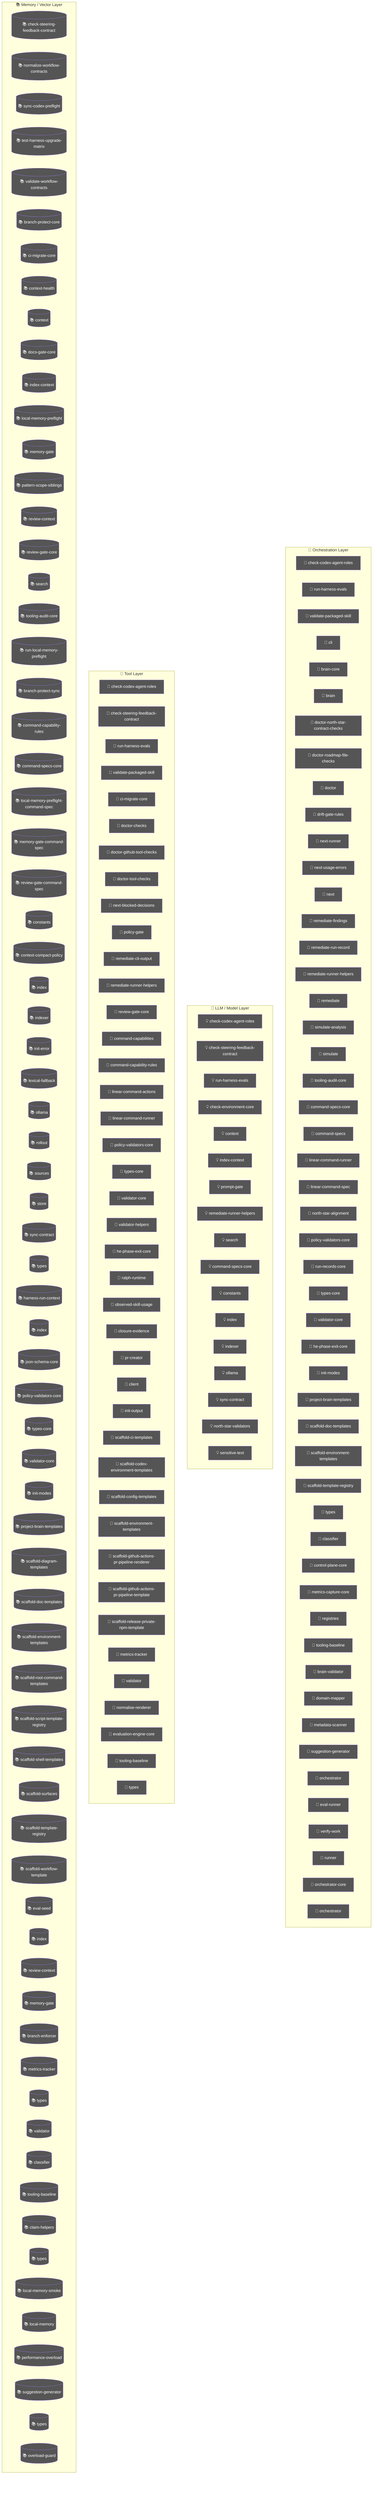
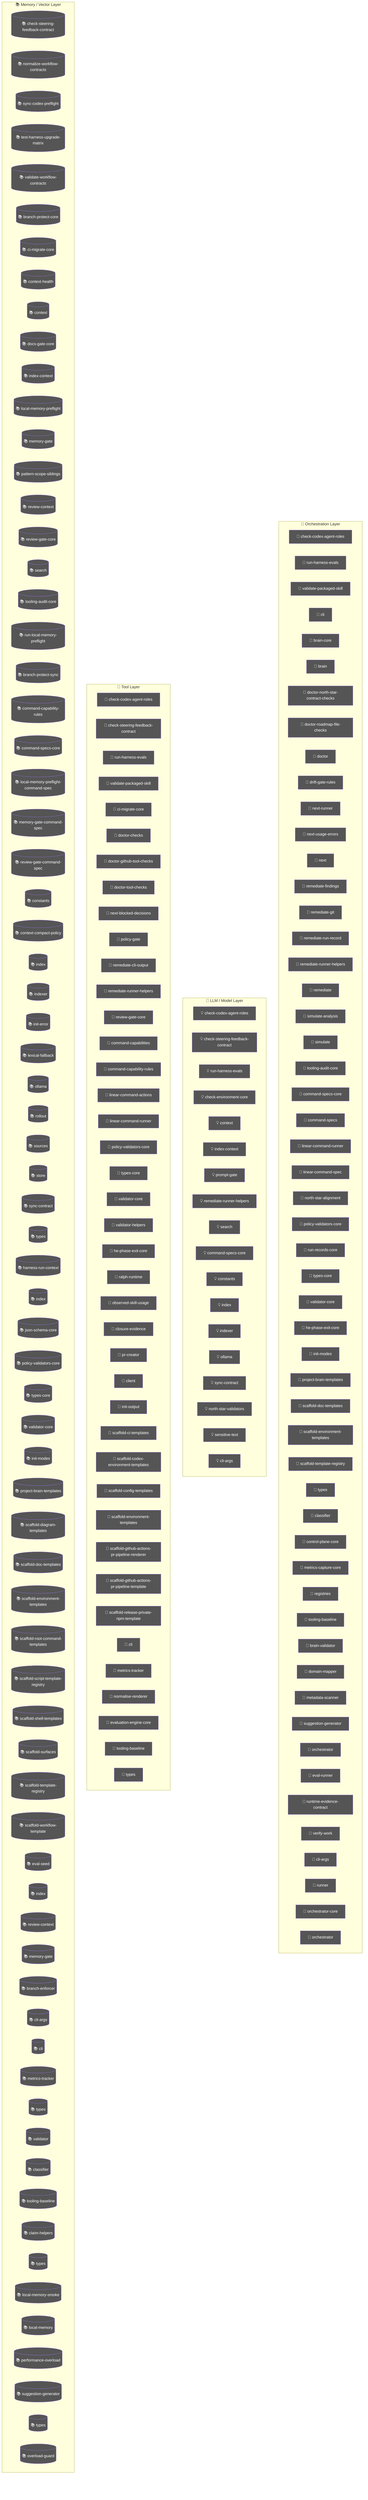
flowchart TD
  subgraph Orchestration["🎯 Orchestration Layer"]
    node_agent_mmd_orchestration_layer_orchestration_chec_7a9f0b64["🤖 check-codex-agent-roles"]
    node_agent_mmd_orchestration_layer_orchestration_run__18817957["🤖 run-harness-evals"]
    node_agent_mmd_orchestration_layer_orchestration_vali_c01b04be["🤖 validate-packaged-skill"]
    cli_99bb8840["🤖 cli"]
    brain_core_aa07c380["🤖 brain-core"]
    brain_bbbf7a64["🤖 brain"]
    doctor_north_star_contract_checks_0048124c["🤖 doctor-north-star-contract-checks"]
    doctor_roadmap_file_checks_14447b8e["🤖 doctor-roadmap-file-checks"]
    doctor_72f4be89["🤖 doctor"]
    drift_gate_rules_9685e72d["🤖 drift-gate-rules"]
    next_runner_41643472["🤖 next-runner"]
    next_usage_errors_837a345a["🤖 next-usage-errors"]
    next_c6c1c9a9["🤖 next"]
    remediate_findings_8b09c8c6["🤖 remediate-findings"]
+     remediate_git_58c6f6f4["🤖 remediate-git"]
    remediate_run_record_9dfe5dc1["🤖 remediate-run-record"]
    node_agent_mmd_orchestration_layer_orchestration_reme_359fe98f["🤖 remediate-runner-helpers"]
    remediate_06b9c7fc["🤖 remediate"]
    simulate_analysis_164a460c["🤖 simulate-analysis"]
    simulate_b9efe395["🤖 simulate"]
    node_agent_mmd_orchestration_layer_orchestration_tool_acfe0c01["🤖 tooling-audit-core"]
    node_agent_mmd_orchestration_layer_orchestration_comm_1f8cc24c["🤖 command-specs-core"]
    command_specs_69167c63["🤖 command-specs"]
    node_agent_mmd_orchestration_layer_orchestration_line_b67affd5["🤖 linear-command-runner"]
    linear_command_spec_1e12dd44["🤖 linear-command-spec"]
    north_star_alignment_00440188["🤖 north-star-alignment"]
    node_agent_mmd_orchestration_layer_orchestration_poli_3270b55d["🤖 policy-validators-core"]
    run_records_core_89286dfa["🤖 run-records-core"]
    node_agent_mmd_orchestration_layer_orchestration_type_7cf81261["🤖 types-core"]
    node_agent_mmd_orchestration_layer_orchestration_vali_d9fe99e6["🤖 validator-core"]
    node_agent_mmd_orchestration_layer_orchestration_he_p_fc778c24["🤖 he-phase-exit-core"]
    node_agent_mmd_orchestration_layer_orchestration_init_2a9c3ecb["🤖 init-modes"]
    node_agent_mmd_orchestration_layer_orchestration_proj_6ab6f60f["🤖 project-brain-templates"]
    node_agent_mmd_orchestration_layer_orchestration_scaf_12cc07db["🤖 scaffold-doc-templates"]
    node_agent_mmd_orchestration_layer_orchestration_scaf_c9a90c2f["🤖 scaffold-environment-templates"]
    node_agent_mmd_orchestration_layer_orchestration_scaf_ff8f92f6["🤖 scaffold-template-registry"]
-     types_8_f6283648["🤖 types"]
+     types_9_1db4641f["🤖 types"]
    node_agent_mmd_orchestration_layer_orchestration_clas_899b821a["🤖 classifier"]
    control_plane_core_db3b4cb2["🤖 control-plane-core"]
    metrics_capture_core_db4bf7cf["🤖 metrics-capture-core"]
    registries_06402afa["🤖 registries"]
    node_agent_mmd_orchestration_layer_orchestration_tool_cc43149f["🤖 tooling-baseline"]
    brain_validator_be251832["🤖 brain-validator"]
    domain_mapper_cd9333d2["🤖 domain-mapper"]
    metadata_scanner_6a101b66["🤖 metadata-scanner"]
    node_agent_mmd_orchestration_layer_orchestration_sugg_85c5ebe3["🤖 suggestion-generator"]
    orchestrator_11376b7e["🤖 orchestrator"]
    eval_runner_0966a6b3["🤖 eval-runner"]
+     runtime_evidence_contract_0f7b15b2["🤖 runtime-evidence-contract"]
    verify_work_1_cd8e7ec3["🤖 verify-work"]
+     cli_args_7_16dab031["🤖 cli-args"]
    runner_527aa9f4["🤖 runner"]
    orchestrator_core_d0678b53["🤖 orchestrator-core"]
    orchestrator_1_6b7137c5["🤖 orchestrator"]
  end
  subgraph LLMLayer["🧠 LLM / Model Layer"]
    node_agent_mmd_llm_model_layer_llmlayer_check_codex_a_29e7b7fa["💡 check-codex-agent-roles"]
    node_agent_mmd_llm_model_layer_llmlayer_check_steerin_a7dbbd2f["💡 check-steering-feedback-contract"]
    node_agent_mmd_llm_model_layer_llmlayer_run_harness_e_603fcfdc["💡 run-harness-evals"]
    check_environment_core_2c16213f["💡 check-environment-core"]
    node_agent_mmd_llm_model_layer_llmlayer_context_conte_ad2dfbd9["💡 context"]
    node_agent_mmd_llm_model_layer_llmlayer_index_context_1041bd11["💡 index-context"]
    prompt_gate_c5e9d207["💡 prompt-gate"]
    node_agent_mmd_llm_model_layer_llmlayer_remediate_run_9e3d4585["💡 remediate-runner-helpers"]
    node_agent_mmd_llm_model_layer_llmlayer_search_search_66b9a911["💡 search"]
    node_agent_mmd_llm_model_layer_llmlayer_command_specs_782af9fa["💡 command-specs-core"]
    node_agent_mmd_llm_model_layer_llmlayer_constants_con_c9bd3f6c["💡 constants"]
    node_agent_mmd_llm_model_layer_llmlayer_index_index_1_02e160ff["💡 index"]
    node_agent_mmd_llm_model_layer_llmlayer_indexer_index_4f4deef5["💡 indexer"]
    node_agent_mmd_llm_model_layer_llmlayer_ollama_ollama_968b23fa["💡 ollama"]
    node_agent_mmd_llm_model_layer_llmlayer_sync_contract_9f3cc8c1["💡 sync-contract"]
    north_star_validators_cfc926ce["💡 north-star-validators"]
    sensitive_text_7c11f760["💡 sensitive-text"]
+     cli_args_5_09ea29f0["💡 cli-args"]
  end
  subgraph ToolLayer["🔧 Tool Layer"]
    node_agent_mmd_tool_layer_toollayer_check_codex_agent_4b361d5a["🔧 check-codex-agent-roles"]
    node_agent_mmd_tool_layer_toollayer_check_steering_fe_84ed22c2["🔧 check-steering-feedback-contract"]
    node_agent_mmd_tool_layer_toollayer_run_harness_evals_e2ee24f1["🔧 run-harness-evals"]
    node_agent_mmd_tool_layer_toollayer_validate_packaged_f6ed6f12["🔧 validate-packaged-skill"]
    node_agent_mmd_tool_layer_toollayer_ci_migrate_core_c_049f8460["🔧 ci-migrate-core"]
    doctor_checks_5a2eb2b9["🔧 doctor-checks"]
    doctor_github_tool_checks_a53b0382["🔧 doctor-github-tool-checks"]
    doctor_tool_checks_4acac51a["🔧 doctor-tool-checks"]
    next_blocked_decisions_4140ad2b["🔧 next-blocked-decisions"]
    policy_gate_213f7313["🔧 policy-gate"]
    remediate_cli_output_cc165396["🔧 remediate-cli-output"]
    node_agent_mmd_tool_layer_toollayer_remediate_runner__c003b871["🔧 remediate-runner-helpers"]
    node_agent_mmd_tool_layer_toollayer_review_gate_core__7704598b["🔧 review-gate-core"]
    command_capabilities_a4d5c71e["🔧 command-capabilities"]
    node_agent_mmd_tool_layer_toollayer_command_capabilit_e97a4615["🔧 command-capability-rules"]
    linear_command_actions_e430f4f4["🔧 linear-command-actions"]
    node_agent_mmd_tool_layer_toollayer_linear_command_ru_d6763748["🔧 linear-command-runner"]
    node_agent_mmd_tool_layer_toollayer_policy_validators_af136abf["🔧 policy-validators-core"]
    node_agent_mmd_tool_layer_toollayer_types_core_types__6c8319b6["🔧 types-core"]
    node_agent_mmd_tool_layer_toollayer_validator_core_va_6ef6131f["🔧 validator-core"]
    validator_helpers_7b927667["🔧 validator-helpers"]
    node_agent_mmd_tool_layer_toollayer_he_phase_exit_cor_af016160["🔧 he-phase-exit-core"]
    ralph_runtime_73d63c0e["🔧 ralph-runtime"]
    observed_skill_usage_ed7d5930["🔧 observed-skill-usage"]
    closure_evidence_aaa31467["🔧 closure-evidence"]
    pr_creator_dc6b1ea4["🔧 pr-creator"]
    client_948fe603["🔧 client"]
    init_output_360dce91["🔧 init-output"]
    scaffold_ci_templates_2afd6392["🔧 scaffold-ci-templates"]
    scaffold_codex_environment_templates_334fbbed["🔧 scaffold-codex-environment-templates"]
    scaffold_config_templates_4b80ce53["🔧 scaffold-config-templates"]
    node_agent_mmd_tool_layer_toollayer_scaffold_environm_c1afc013["🔧 scaffold-environment-templates"]
    scaffold_github_actions_pr_pipeline_renderer_1ee18de5["🔧 scaffold-github-actions-pr-pipeline-renderer"]
    scaffold_github_actions_pr_pipeline_template_e2b85f62["🔧 scaffold-github-actions-pr-pipeline-template"]
    scaffold_release_private_npm_template_075499f8["🔧 scaffold-release-private-npm-template"]
+     node_agent_mmd_tool_layer_toollayer_cli_cli_2_1_32d9eeaf["🔧 cli"]
    node_agent_mmd_tool_layer_toollayer_metrics_tracker_m_4c9237d8["🔧 metrics-tracker"]
-     node_agent_mmd_tool_layer_toollayer_validator_validat_96a84a52["🔧 validator"]
    normalise_renderer_85f2e563["🔧 normalise-renderer"]
    evaluation_engine_core_e054fe49["🔧 evaluation-engine-core"]
    node_agent_mmd_tool_layer_toollayer_tooling_baseline__61e66e9f["🔧 tooling-baseline"]
-     types_21_5756f9dc["🔧 types"]
+     types_24_c63dc1a7["🔧 types"]
  end
  subgraph MemoryLayer["📚 Memory / Vector Layer"]
    node_agent_mmd_memory_vector_layer_memorylayer_check__d71f8993[("📚 check-steering-feedback-contract")]
    normalize_workflow_contracts_8701f1c8[("📚 normalize-workflow-contracts")]
    sync_codex_preflight_7e7a8dc2[("📚 sync-codex-preflight")]
    test_harness_upgrade_matrix_84113c4e[("📚 test-harness-upgrade-matrix")]
    validate_workflow_contracts_33dc063c[("📚 validate-workflow-contracts")]
    branch_protect_core_a8feb0fd[("📚 branch-protect-core")]
    node_agent_mmd_memory_vector_layer_memorylayer_ci_mig_0cd5b1a4[("📚 ci-migrate-core")]
    context_health_80bb7da9[("📚 context-health")]
    node_agent_mmd_memory_vector_layer_memorylayer_contex_78ceaaa9[("📚 context")]
    docs_gate_core_eb9b6c18[("📚 docs-gate-core")]
    node_agent_mmd_memory_vector_layer_memorylayer_index__6f3402d0[("📚 index-context")]
    local_memory_preflight_dcc36c42[("📚 local-memory-preflight")]
    memory_gate_a577a506[("📚 memory-gate")]
    pattern_scope_siblings_43abe000[("📚 pattern-scope-siblings")]
    review_context_ca6cf81d[("📚 review-context")]
    node_agent_mmd_memory_vector_layer_memorylayer_review_5bee9816[("📚 review-gate-core")]
    node_agent_mmd_memory_vector_layer_memorylayer_search_ac35cb7e[("📚 search")]
    node_agent_mmd_memory_vector_layer_memorylayer_toolin_a1185b8f[("📚 tooling-audit-core")]
    run_local_memory_preflight_36e92808[("📚 run-local-memory-preflight")]
    branch_protect_sync_570adb18[("📚 branch-protect-sync")]
    node_agent_mmd_memory_vector_layer_memorylayer_comman_c72a5d05[("📚 command-capability-rules")]
    node_agent_mmd_memory_vector_layer_memorylayer_comman_111eb454[("📚 command-specs-core")]
    local_memory_preflight_command_spec_9e23f3ce[("📚 local-memory-preflight-command-spec")]
    memory_gate_command_spec_dc9001a9[("📚 memory-gate-command-spec")]
    review_gate_command_spec_3187376a[("📚 review-gate-command-spec")]
    node_agent_mmd_memory_vector_layer_memorylayer_consta_702d3f46[("📚 constants")]
    context_compact_policy_3dcaf95d[("📚 context-compact-policy")]
    node_agent_mmd_memory_vector_layer_memorylayer_index__752bc61e[("📚 index")]
    node_agent_mmd_memory_vector_layer_memorylayer_indexe_93e6d86f[("📚 indexer")]
    init_error_5c7dd49f[("📚 init-error")]
    lexical_fallback_723e2b3e[("📚 lexical-fallback")]
    node_agent_mmd_memory_vector_layer_memorylayer_ollama_6d51be16[("📚 ollama")]
    rollout_a4fa034c[("📚 rollout")]
    sources_878a52fc[("📚 sources")]
    store_824d80d7[("📚 store")]
    node_agent_mmd_memory_vector_layer_memorylayer_sync_c_e43418bc[("📚 sync-contract")]
-     types_3_9675d69b[("📚 types")]
+     types_4_822d0f88[("📚 types")]
    harness_run_context_ac7c77a9[("📚 harness-run-context")]
    index_1_faebc14e[("📚 index")]
    json_schema_core_96d7e328[("📚 json-schema-core")]
    node_agent_mmd_memory_vector_layer_memorylayer_policy_1944de42[("📚 policy-validators-core")]
    node_agent_mmd_memory_vector_layer_memorylayer_types__83f369fa[("📚 types-core")]
    node_agent_mmd_memory_vector_layer_memorylayer_valida_41034356[("📚 validator-core")]
    node_agent_mmd_memory_vector_layer_memorylayer_init_m_333d02c5[("📚 init-modes")]
    node_agent_mmd_memory_vector_layer_memorylayer_projec_3ae304d9[("📚 project-brain-templates")]
    scaffold_diagram_templates_dd88e83c[("📚 scaffold-diagram-templates")]
    node_agent_mmd_memory_vector_layer_memorylayer_scaffo_5fd73b94[("📚 scaffold-doc-templates")]
    node_agent_mmd_memory_vector_layer_memorylayer_scaffo_12b42341[("📚 scaffold-environment-templates")]
    scaffold_root_command_templates_404fed7f[("📚 scaffold-root-command-templates")]
    scaffold_script_template_registry_69312d4e[("📚 scaffold-script-template-registry")]
    scaffold_shell_templates_0ad0f915[("📚 scaffold-shell-templates")]
    scaffold_surfaces_12d6494e[("📚 scaffold-surfaces")]
    node_agent_mmd_memory_vector_layer_memorylayer_scaffo_a86eece1[("📚 scaffold-template-registry")]
    scaffold_workflow_template_92310587[("📚 scaffold-workflow-template")]
    eval_seed_5699fd3e[("📚 eval-seed")]
    index_4_013aa0e3[("📚 index")]
    review_context_1_e3afed15[("📚 review-context")]
    memory_gate_1_265164ac[("📚 memory-gate")]
    branch_enforcer_acb749cd[("📚 branch-enforcer")]
+     cli_args_2_81c58cf7[("📚 cli-args")]
+     node_agent_mmd_memory_vector_layer_memorylayer_cli_cl_1f1f89ab[("📚 cli")]
    node_agent_mmd_memory_vector_layer_memorylayer_metric_12562178[("📚 metrics-tracker")]
-     types_10_75e5a4a0[("📚 types")]
-     node_agent_mmd_memory_vector_layer_memorylayer_valida_1b167f63[("📚 validator")]
+     types_11_4be3ee64[("📚 types")]
+     validator_4_5180cf23[("📚 validator")]
    node_agent_mmd_memory_vector_layer_memorylayer_classi_1ebbf5ff[("📚 classifier")]
    node_agent_mmd_memory_vector_layer_memorylayer_toolin_14f86b00[("📚 tooling-baseline")]
    claim_helpers_20dc8387[("📚 claim-helpers")]
-     types_14_fe7507be[("📚 types")]
+     types_16_0fae1112[("📚 types")]
    local_memory_smoke_1175abfc[("📚 local-memory-smoke")]
    local_memory_0db17ecc[("📚 local-memory")]
    performance_overload_c685bfcf[("📚 performance-overload")]
    node_agent_mmd_memory_vector_layer_memorylayer_sugges_267f408d[("📚 suggestion-generator")]
-     types_19_eb4ad5f0[("📚 types")]
+     types_22_f3cf4a73[("📚 types")]
    overload_guard_2748c559[("📚 overload-guard")]
  end
  classDef agentNode fill:#555,color:#fff
-   class node_agent_mmd_orchestration_layer_orchestration_chec_7a9f0b64,node_agent_mmd_llm_model_layer_llmlayer_check_codex_a_29e7b7fa,node_agent_mmd_tool_layer_toollayer_check_codex_agent_4b361d5a,node_agent_mmd_orchestration_layer_orchestration_run__18817957,node_agent_mmd_llm_model_layer_llmlayer_run_harness_e_603fcfdc,node_agent_mmd_tool_layer_toollayer_run_harness_evals_e2ee24f1,node_agent_mmd_orchestration_layer_orchestration_vali_c01b04be,node_agent_mmd_tool_layer_toollayer_validate_packaged_f6ed6f12,cli_99bb8840,brain_core_aa07c380,brain_bbbf7a64,doctor_north_star_contract_checks_0048124c,doctor_roadmap_file_checks_14447b8e,doctor_72f4be89,drift_gate_rules_9685e72d,next_runner_41643472,next_usage_errors_837a345a,next_c6c1c9a9,remediate_findings_8b09c8c6,remediate_run_record_9dfe5dc1,node_agent_mmd_orchestration_layer_orchestration_reme_359fe98f,node_agent_mmd_llm_model_layer_llmlayer_remediate_run_9e3d4585,node_agent_mmd_tool_layer_toollayer_remediate_runner__c003b871,remediate_06b9c7fc,simulate_analysis_164a460c,simulate_b9efe395,node_agent_mmd_orchestration_layer_orchestration_tool_acfe0c01,node_agent_mmd_memory_vector_layer_memorylayer_toolin_a1185b8f,node_agent_mmd_orchestration_layer_orchestration_comm_1f8cc24c,node_agent_mmd_llm_model_layer_llmlayer_command_specs_782af9fa,node_agent_mmd_memory_vector_layer_memorylayer_comman_111eb454,command_specs_69167c63,node_agent_mmd_orchestration_layer_orchestration_line_b67affd5,node_agent_mmd_tool_layer_toollayer_linear_command_ru_d6763748,linear_command_spec_1e12dd44,north_star_alignment_00440188,node_agent_mmd_orchestration_layer_orchestration_poli_3270b55d,node_agent_mmd_tool_layer_toollayer_policy_validators_af136abf,node_agent_mmd_memory_vector_layer_memorylayer_policy_1944de42,run_records_core_89286dfa,node_agent_mmd_orchestration_layer_orchestration_type_7cf81261,node_agent_mmd_tool_layer_toollayer_types_core_types__6c8319b6,node_agent_mmd_memory_vector_layer_memorylayer_types__83f369fa,node_agent_mmd_orchestration_layer_orchestration_vali_d9fe99e6,node_agent_mmd_tool_layer_toollayer_validator_core_va_6ef6131f,node_agent_mmd_memory_vector_layer_memorylayer_valida_41034356,node_agent_mmd_orchestration_layer_orchestration_he_p_fc778c24,node_agent_mmd_tool_layer_toollayer_he_phase_exit_cor_af016160,node_agent_mmd_orchestration_layer_orchestration_init_2a9c3ecb,node_agent_mmd_memory_vector_layer_memorylayer_init_m_333d02c5,node_agent_mmd_orchestration_layer_orchestration_proj_6ab6f60f,node_agent_mmd_memory_vector_layer_memorylayer_projec_3ae304d9,node_agent_mmd_orchestration_layer_orchestration_scaf_12cc07db,node_agent_mmd_memory_vector_layer_memorylayer_scaffo_5fd73b94,node_agent_mmd_orchestration_layer_orchestration_scaf_c9a90c2f,node_agent_mmd_tool_layer_toollayer_scaffold_environm_c1afc013,node_agent_mmd_memory_vector_layer_memorylayer_scaffo_12b42341,node_agent_mmd_orchestration_layer_orchestration_scaf_ff8f92f6,node_agent_mmd_memory_vector_layer_memorylayer_scaffo_a86eece1,types_8_f6283648,node_agent_mmd_orchestration_layer_orchestration_clas_899b821a,node_agent_mmd_memory_vector_layer_memorylayer_classi_1ebbf5ff,control_plane_core_db3b4cb2,metrics_capture_core_db4bf7cf,registries_06402afa,node_agent_mmd_orchestration_layer_orchestration_tool_cc43149f,node_agent_mmd_tool_layer_toollayer_tooling_baseline__61e66e9f,node_agent_mmd_memory_vector_layer_memorylayer_toolin_14f86b00,brain_validator_be251832,domain_mapper_cd9333d2,metadata_scanner_6a101b66,node_agent_mmd_orchestration_layer_orchestration_sugg_85c5ebe3,node_agent_mmd_memory_vector_layer_memorylayer_sugges_267f408d,orchestrator_11376b7e,eval_runner_0966a6b3,verify_work_1_cd8e7ec3,runner_527aa9f4,orchestrator_core_d0678b53,orchestrator_1_6b7137c5 agentNode
+   class node_agent_mmd_orchestration_layer_orchestration_chec_7a9f0b64,node_agent_mmd_llm_model_layer_llmlayer_check_codex_a_29e7b7fa,node_agent_mmd_tool_layer_toollayer_check_codex_agent_4b361d5a,node_agent_mmd_orchestration_layer_orchestration_run__18817957,node_agent_mmd_llm_model_layer_llmlayer_run_harness_e_603fcfdc,node_agent_mmd_tool_layer_toollayer_run_harness_evals_e2ee24f1,node_agent_mmd_orchestration_layer_orchestration_vali_c01b04be,node_agent_mmd_tool_layer_toollayer_validate_packaged_f6ed6f12,cli_99bb8840,brain_core_aa07c380,brain_bbbf7a64,doctor_north_star_contract_checks_0048124c,doctor_roadmap_file_checks_14447b8e,doctor_72f4be89,drift_gate_rules_9685e72d,next_runner_41643472,next_usage_errors_837a345a,next_c6c1c9a9,remediate_findings_8b09c8c6,remediate_git_58c6f6f4,remediate_run_record_9dfe5dc1,node_agent_mmd_orchestration_layer_orchestration_reme_359fe98f,node_agent_mmd_llm_model_layer_llmlayer_remediate_run_9e3d4585,node_agent_mmd_tool_layer_toollayer_remediate_runner__c003b871,remediate_06b9c7fc,simulate_analysis_164a460c,simulate_b9efe395,node_agent_mmd_orchestration_layer_orchestration_tool_acfe0c01,node_agent_mmd_memory_vector_layer_memorylayer_toolin_a1185b8f,node_agent_mmd_orchestration_layer_orchestration_comm_1f8cc24c,node_agent_mmd_llm_model_layer_llmlayer_command_specs_782af9fa,node_agent_mmd_memory_vector_layer_memorylayer_comman_111eb454,command_specs_69167c63,node_agent_mmd_orchestration_layer_orchestration_line_b67affd5,node_agent_mmd_tool_layer_toollayer_linear_command_ru_d6763748,linear_command_spec_1e12dd44,north_star_alignment_00440188,node_agent_mmd_orchestration_layer_orchestration_poli_3270b55d,node_agent_mmd_tool_layer_toollayer_policy_validators_af136abf,node_agent_mmd_memory_vector_layer_memorylayer_policy_1944de42,run_records_core_89286dfa,node_agent_mmd_orchestration_layer_orchestration_type_7cf81261,node_agent_mmd_tool_layer_toollayer_types_core_types__6c8319b6,node_agent_mmd_memory_vector_layer_memorylayer_types__83f369fa,node_agent_mmd_orchestration_layer_orchestration_vali_d9fe99e6,node_agent_mmd_tool_layer_toollayer_validator_core_va_6ef6131f,node_agent_mmd_memory_vector_layer_memorylayer_valida_41034356,node_agent_mmd_orchestration_layer_orchestration_he_p_fc778c24,node_agent_mmd_tool_layer_toollayer_he_phase_exit_cor_af016160,node_agent_mmd_orchestration_layer_orchestration_init_2a9c3ecb,node_agent_mmd_memory_vector_layer_memorylayer_init_m_333d02c5,node_agent_mmd_orchestration_layer_orchestration_proj_6ab6f60f,node_agent_mmd_memory_vector_layer_memorylayer_projec_3ae304d9,node_agent_mmd_orchestration_layer_orchestration_scaf_12cc07db,node_agent_mmd_memory_vector_layer_memorylayer_scaffo_5fd73b94,node_agent_mmd_orchestration_layer_orchestration_scaf_c9a90c2f,node_agent_mmd_tool_layer_toollayer_scaffold_environm_c1afc013,node_agent_mmd_memory_vector_layer_memorylayer_scaffo_12b42341,node_agent_mmd_orchestration_layer_orchestration_scaf_ff8f92f6,node_agent_mmd_memory_vector_layer_memorylayer_scaffo_a86eece1,types_9_1db4641f,node_agent_mmd_orchestration_layer_orchestration_clas_899b821a,node_agent_mmd_memory_vector_layer_memorylayer_classi_1ebbf5ff,control_plane_core_db3b4cb2,metrics_capture_core_db4bf7cf,registries_06402afa,node_agent_mmd_orchestration_layer_orchestration_tool_cc43149f,node_agent_mmd_tool_layer_toollayer_tooling_baseline__61e66e9f,node_agent_mmd_memory_vector_layer_memorylayer_toolin_14f86b00,brain_validator_be251832,domain_mapper_cd9333d2,metadata_scanner_6a101b66,node_agent_mmd_orchestration_layer_orchestration_sugg_85c5ebe3,node_agent_mmd_memory_vector_layer_memorylayer_sugges_267f408d,orchestrator_11376b7e,eval_runner_0966a6b3,runtime_evidence_contract_0f7b15b2,verify_work_1_cd8e7ec3,cli_args_7_16dab031,runner_527aa9f4,orchestrator_core_d0678b53,orchestrator_1_6b7137c5 agentNode
  classDef llmNode fill:#555,color:#fff
-   class node_agent_mmd_orchestration_layer_orchestration_chec_7a9f0b64,node_agent_mmd_llm_model_layer_llmlayer_check_codex_a_29e7b7fa,node_agent_mmd_tool_layer_toollayer_check_codex_agent_4b361d5a,node_agent_mmd_llm_model_layer_llmlayer_check_steerin_a7dbbd2f,node_agent_mmd_tool_layer_toollayer_check_steering_fe_84ed22c2,node_agent_mmd_memory_vector_layer_memorylayer_check__d71f8993,node_agent_mmd_orchestration_layer_orchestration_run__18817957,node_agent_mmd_llm_model_layer_llmlayer_run_harness_e_603fcfdc,node_agent_mmd_tool_layer_toollayer_run_harness_evals_e2ee24f1,check_environment_core_2c16213f,node_agent_mmd_llm_model_layer_llmlayer_context_conte_ad2dfbd9,node_agent_mmd_memory_vector_layer_memorylayer_contex_78ceaaa9,node_agent_mmd_llm_model_layer_llmlayer_index_context_1041bd11,node_agent_mmd_memory_vector_layer_memorylayer_index__6f3402d0,prompt_gate_c5e9d207,node_agent_mmd_orchestration_layer_orchestration_reme_359fe98f,node_agent_mmd_llm_model_layer_llmlayer_remediate_run_9e3d4585,node_agent_mmd_tool_layer_toollayer_remediate_runner__c003b871,node_agent_mmd_llm_model_layer_llmlayer_search_search_66b9a911,node_agent_mmd_memory_vector_layer_memorylayer_search_ac35cb7e,node_agent_mmd_orchestration_layer_orchestration_comm_1f8cc24c,node_agent_mmd_llm_model_layer_llmlayer_command_specs_782af9fa,node_agent_mmd_memory_vector_layer_memorylayer_comman_111eb454,node_agent_mmd_llm_model_layer_llmlayer_constants_con_c9bd3f6c,node_agent_mmd_memory_vector_layer_memorylayer_consta_702d3f46,node_agent_mmd_llm_model_layer_llmlayer_index_index_1_02e160ff,node_agent_mmd_memory_vector_layer_memorylayer_index__752bc61e,node_agent_mmd_llm_model_layer_llmlayer_indexer_index_4f4deef5,node_agent_mmd_memory_vector_layer_memorylayer_indexe_93e6d86f,node_agent_mmd_llm_model_layer_llmlayer_ollama_ollama_968b23fa,node_agent_mmd_memory_vector_layer_memorylayer_ollama_6d51be16,node_agent_mmd_llm_model_layer_llmlayer_sync_contract_9f3cc8c1,node_agent_mmd_memory_vector_layer_memorylayer_sync_c_e43418bc,north_star_validators_cfc926ce,sensitive_text_7c11f760 llmNode
+   class node_agent_mmd_orchestration_layer_orchestration_chec_7a9f0b64,node_agent_mmd_llm_model_layer_llmlayer_check_codex_a_29e7b7fa,node_agent_mmd_tool_layer_toollayer_check_codex_agent_4b361d5a,node_agent_mmd_llm_model_layer_llmlayer_check_steerin_a7dbbd2f,node_agent_mmd_tool_layer_toollayer_check_steering_fe_84ed22c2,node_agent_mmd_memory_vector_layer_memorylayer_check__d71f8993,node_agent_mmd_orchestration_layer_orchestration_run__18817957,node_agent_mmd_llm_model_layer_llmlayer_run_harness_e_603fcfdc,node_agent_mmd_tool_layer_toollayer_run_harness_evals_e2ee24f1,check_environment_core_2c16213f,node_agent_mmd_llm_model_layer_llmlayer_context_conte_ad2dfbd9,node_agent_mmd_memory_vector_layer_memorylayer_contex_78ceaaa9,node_agent_mmd_llm_model_layer_llmlayer_index_context_1041bd11,node_agent_mmd_memory_vector_layer_memorylayer_index__6f3402d0,prompt_gate_c5e9d207,node_agent_mmd_orchestration_layer_orchestration_reme_359fe98f,node_agent_mmd_llm_model_layer_llmlayer_remediate_run_9e3d4585,node_agent_mmd_tool_layer_toollayer_remediate_runner__c003b871,node_agent_mmd_llm_model_layer_llmlayer_search_search_66b9a911,node_agent_mmd_memory_vector_layer_memorylayer_search_ac35cb7e,node_agent_mmd_orchestration_layer_orchestration_comm_1f8cc24c,node_agent_mmd_llm_model_layer_llmlayer_command_specs_782af9fa,node_agent_mmd_memory_vector_layer_memorylayer_comman_111eb454,node_agent_mmd_llm_model_layer_llmlayer_constants_con_c9bd3f6c,node_agent_mmd_memory_vector_layer_memorylayer_consta_702d3f46,node_agent_mmd_llm_model_layer_llmlayer_index_index_1_02e160ff,node_agent_mmd_memory_vector_layer_memorylayer_index__752bc61e,node_agent_mmd_llm_model_layer_llmlayer_indexer_index_4f4deef5,node_agent_mmd_memory_vector_layer_memorylayer_indexe_93e6d86f,node_agent_mmd_llm_model_layer_llmlayer_ollama_ollama_968b23fa,node_agent_mmd_memory_vector_layer_memorylayer_ollama_6d51be16,node_agent_mmd_llm_model_layer_llmlayer_sync_contract_9f3cc8c1,node_agent_mmd_memory_vector_layer_memorylayer_sync_c_e43418bc,north_star_validators_cfc926ce,sensitive_text_7c11f760,cli_args_5_09ea29f0 llmNode
  classDef toolNode fill:#555,color:#fff
-   class node_agent_mmd_orchestration_layer_orchestration_chec_7a9f0b64,node_agent_mmd_llm_model_layer_llmlayer_check_codex_a_29e7b7fa,node_agent_mmd_tool_layer_toollayer_check_codex_agent_4b361d5a,node_agent_mmd_llm_model_layer_llmlayer_check_steerin_a7dbbd2f,node_agent_mmd_tool_layer_toollayer_check_steering_fe_84ed22c2,node_agent_mmd_memory_vector_layer_memorylayer_check__d71f8993,node_agent_mmd_orchestration_layer_orchestration_run__18817957,node_agent_mmd_llm_model_layer_llmlayer_run_harness_e_603fcfdc,node_agent_mmd_tool_layer_toollayer_run_harness_evals_e2ee24f1,node_agent_mmd_orchestration_layer_orchestration_vali_c01b04be,node_agent_mmd_tool_layer_toollayer_validate_packaged_f6ed6f12,node_agent_mmd_tool_layer_toollayer_ci_migrate_core_c_049f8460,node_agent_mmd_memory_vector_layer_memorylayer_ci_mig_0cd5b1a4,doctor_checks_5a2eb2b9,doctor_github_tool_checks_a53b0382,doctor_tool_checks_4acac51a,next_blocked_decisions_4140ad2b,policy_gate_213f7313,remediate_cli_output_cc165396,node_agent_mmd_orchestration_layer_orchestration_reme_359fe98f,node_agent_mmd_llm_model_layer_llmlayer_remediate_run_9e3d4585,node_agent_mmd_tool_layer_toollayer_remediate_runner__c003b871,node_agent_mmd_tool_layer_toollayer_review_gate_core__7704598b,node_agent_mmd_memory_vector_layer_memorylayer_review_5bee9816,command_capabilities_a4d5c71e,node_agent_mmd_tool_layer_toollayer_command_capabilit_e97a4615,node_agent_mmd_memory_vector_layer_memorylayer_comman_c72a5d05,linear_command_actions_e430f4f4,node_agent_mmd_orchestration_layer_orchestration_line_b67affd5,node_agent_mmd_tool_layer_toollayer_linear_command_ru_d6763748,node_agent_mmd_orchestration_layer_orchestration_poli_3270b55d,node_agent_mmd_tool_layer_toollayer_policy_validators_af136abf,node_agent_mmd_memory_vector_layer_memorylayer_policy_1944de42,node_agent_mmd_orchestration_layer_orchestration_type_7cf81261,node_agent_mmd_tool_layer_toollayer_types_core_types__6c8319b6,node_agent_mmd_memory_vector_layer_memorylayer_types__83f369fa,node_agent_mmd_orchestration_layer_orchestration_vali_d9fe99e6,node_agent_mmd_tool_layer_toollayer_validator_core_va_6ef6131f,node_agent_mmd_memory_vector_layer_memorylayer_valida_41034356,validator_helpers_7b927667,node_agent_mmd_orchestration_layer_orchestration_he_p_fc778c24,node_agent_mmd_tool_layer_toollayer_he_phase_exit_cor_af016160,ralph_runtime_73d63c0e,observed_skill_usage_ed7d5930,closure_evidence_aaa31467,pr_creator_dc6b1ea4,client_948fe603,init_output_360dce91,scaffold_ci_templates_2afd6392,scaffold_codex_environment_templates_334fbbed,scaffold_config_templates_4b80ce53,node_agent_mmd_orchestration_layer_orchestration_scaf_c9a90c2f,node_agent_mmd_tool_layer_toollayer_scaffold_environm_c1afc013,node_agent_mmd_memory_vector_layer_memorylayer_scaffo_12b42341,scaffold_github_actions_pr_pipeline_renderer_1ee18de5,scaffold_github_actions_pr_pipeline_template_e2b85f62,scaffold_release_private_npm_template_075499f8,node_agent_mmd_tool_layer_toollayer_metrics_tracker_m_4c9237d8,node_agent_mmd_memory_vector_layer_memorylayer_metric_12562178,node_agent_mmd_tool_layer_toollayer_validator_validat_96a84a52,node_agent_mmd_memory_vector_layer_memorylayer_valida_1b167f63,normalise_renderer_85f2e563,evaluation_engine_core_e054fe49,node_agent_mmd_orchestration_layer_orchestration_tool_cc43149f,node_agent_mmd_tool_layer_toollayer_tooling_baseline__61e66e9f,node_agent_mmd_memory_vector_layer_memorylayer_toolin_14f86b00,types_21_5756f9dc toolNode
+   class node_agent_mmd_orchestration_layer_orchestration_chec_7a9f0b64,node_agent_mmd_llm_model_layer_llmlayer_check_codex_a_29e7b7fa,node_agent_mmd_tool_layer_toollayer_check_codex_agent_4b361d5a,node_agent_mmd_llm_model_layer_llmlayer_check_steerin_a7dbbd2f,node_agent_mmd_tool_layer_toollayer_check_steering_fe_84ed22c2,node_agent_mmd_memory_vector_layer_memorylayer_check__d71f8993,node_agent_mmd_orchestration_layer_orchestration_run__18817957,node_agent_mmd_llm_model_layer_llmlayer_run_harness_e_603fcfdc,node_agent_mmd_tool_layer_toollayer_run_harness_evals_e2ee24f1,node_agent_mmd_orchestration_layer_orchestration_vali_c01b04be,node_agent_mmd_tool_layer_toollayer_validate_packaged_f6ed6f12,node_agent_mmd_tool_layer_toollayer_ci_migrate_core_c_049f8460,node_agent_mmd_memory_vector_layer_memorylayer_ci_mig_0cd5b1a4,doctor_checks_5a2eb2b9,doctor_github_tool_checks_a53b0382,doctor_tool_checks_4acac51a,next_blocked_decisions_4140ad2b,policy_gate_213f7313,remediate_cli_output_cc165396,node_agent_mmd_orchestration_layer_orchestration_reme_359fe98f,node_agent_mmd_llm_model_layer_llmlayer_remediate_run_9e3d4585,node_agent_mmd_tool_layer_toollayer_remediate_runner__c003b871,node_agent_mmd_tool_layer_toollayer_review_gate_core__7704598b,node_agent_mmd_memory_vector_layer_memorylayer_review_5bee9816,command_capabilities_a4d5c71e,node_agent_mmd_tool_layer_toollayer_command_capabilit_e97a4615,node_agent_mmd_memory_vector_layer_memorylayer_comman_c72a5d05,linear_command_actions_e430f4f4,node_agent_mmd_orchestration_layer_orchestration_line_b67affd5,node_agent_mmd_tool_layer_toollayer_linear_command_ru_d6763748,node_agent_mmd_orchestration_layer_orchestration_poli_3270b55d,node_agent_mmd_tool_layer_toollayer_policy_validators_af136abf,node_agent_mmd_memory_vector_layer_memorylayer_policy_1944de42,node_agent_mmd_orchestration_layer_orchestration_type_7cf81261,node_agent_mmd_tool_layer_toollayer_types_core_types__6c8319b6,node_agent_mmd_memory_vector_layer_memorylayer_types__83f369fa,node_agent_mmd_orchestration_layer_orchestration_vali_d9fe99e6,node_agent_mmd_tool_layer_toollayer_validator_core_va_6ef6131f,node_agent_mmd_memory_vector_layer_memorylayer_valida_41034356,validator_helpers_7b927667,node_agent_mmd_orchestration_layer_orchestration_he_p_fc778c24,node_agent_mmd_tool_layer_toollayer_he_phase_exit_cor_af016160,ralph_runtime_73d63c0e,observed_skill_usage_ed7d5930,closure_evidence_aaa31467,pr_creator_dc6b1ea4,client_948fe603,init_output_360dce91,scaffold_ci_templates_2afd6392,scaffold_codex_environment_templates_334fbbed,scaffold_config_templates_4b80ce53,node_agent_mmd_orchestration_layer_orchestration_scaf_c9a90c2f,node_agent_mmd_tool_layer_toollayer_scaffold_environm_c1afc013,node_agent_mmd_memory_vector_layer_memorylayer_scaffo_12b42341,scaffold_github_actions_pr_pipeline_renderer_1ee18de5,scaffold_github_actions_pr_pipeline_template_e2b85f62,scaffold_release_private_npm_template_075499f8,node_agent_mmd_tool_layer_toollayer_cli_cli_2_1_32d9eeaf,node_agent_mmd_memory_vector_layer_memorylayer_cli_cl_1f1f89ab,node_agent_mmd_tool_layer_toollayer_metrics_tracker_m_4c9237d8,node_agent_mmd_memory_vector_layer_memorylayer_metric_12562178,normalise_renderer_85f2e563,evaluation_engine_core_e054fe49,node_agent_mmd_orchestration_layer_orchestration_tool_cc43149f,node_agent_mmd_tool_layer_toollayer_tooling_baseline__61e66e9f,node_agent_mmd_memory_vector_layer_memorylayer_toolin_14f86b00,types_24_c63dc1a7 toolNode
  classDef memNode fill:#555,color:#fff
-   class node_agent_mmd_llm_model_layer_llmlayer_check_steerin_a7dbbd2f,node_agent_mmd_tool_layer_toollayer_check_steering_fe_84ed22c2,node_agent_mmd_memory_vector_layer_memorylayer_check__d71f8993,normalize_workflow_contracts_8701f1c8,sync_codex_preflight_7e7a8dc2,test_harness_upgrade_matrix_84113c4e,validate_workflow_contracts_33dc063c,branch_protect_core_a8feb0fd,node_agent_mmd_tool_layer_toollayer_ci_migrate_core_c_049f8460,node_agent_mmd_memory_vector_layer_memorylayer_ci_mig_0cd5b1a4,context_health_80bb7da9,node_agent_mmd_llm_model_layer_llmlayer_context_conte_ad2dfbd9,node_agent_mmd_memory_vector_layer_memorylayer_contex_78ceaaa9,docs_gate_core_eb9b6c18,node_agent_mmd_llm_model_layer_llmlayer_index_context_1041bd11,node_agent_mmd_memory_vector_layer_memorylayer_index__6f3402d0,local_memory_preflight_dcc36c42,memory_gate_a577a506,pattern_scope_siblings_43abe000,review_context_ca6cf81d,node_agent_mmd_tool_layer_toollayer_review_gate_core__7704598b,node_agent_mmd_memory_vector_layer_memorylayer_review_5bee9816,node_agent_mmd_llm_model_layer_llmlayer_search_search_66b9a911,node_agent_mmd_memory_vector_layer_memorylayer_search_ac35cb7e,node_agent_mmd_orchestration_layer_orchestration_tool_acfe0c01,node_agent_mmd_memory_vector_layer_memorylayer_toolin_a1185b8f,run_local_memory_preflight_36e92808,branch_protect_sync_570adb18,node_agent_mmd_tool_layer_toollayer_command_capabilit_e97a4615,node_agent_mmd_memory_vector_layer_memorylayer_comman_c72a5d05,node_agent_mmd_orchestration_layer_orchestration_comm_1f8cc24c,node_agent_mmd_llm_model_layer_llmlayer_command_specs_782af9fa,node_agent_mmd_memory_vector_layer_memorylayer_comman_111eb454,local_memory_preflight_command_spec_9e23f3ce,memory_gate_command_spec_dc9001a9,review_gate_command_spec_3187376a,node_agent_mmd_llm_model_layer_llmlayer_constants_con_c9bd3f6c,node_agent_mmd_memory_vector_layer_memorylayer_consta_702d3f46,context_compact_policy_3dcaf95d,node_agent_mmd_llm_model_layer_llmlayer_index_index_1_02e160ff,node_agent_mmd_memory_vector_layer_memorylayer_index__752bc61e,node_agent_mmd_llm_model_layer_llmlayer_indexer_index_4f4deef5,node_agent_mmd_memory_vector_layer_memorylayer_indexe_93e6d86f,init_error_5c7dd49f,lexical_fallback_723e2b3e,node_agent_mmd_llm_model_layer_llmlayer_ollama_ollama_968b23fa,node_agent_mmd_memory_vector_layer_memorylayer_ollama_6d51be16,rollout_a4fa034c,sources_878a52fc,store_824d80d7,node_agent_mmd_llm_model_layer_llmlayer_sync_contract_9f3cc8c1,node_agent_mmd_memory_vector_layer_memorylayer_sync_c_e43418bc,types_3_9675d69b,harness_run_context_ac7c77a9,index_1_faebc14e,json_schema_core_96d7e328,node_agent_mmd_orchestration_layer_orchestration_poli_3270b55d,node_agent_mmd_tool_layer_toollayer_policy_validators_af136abf,node_agent_mmd_memory_vector_layer_memorylayer_policy_1944de42,node_agent_mmd_orchestration_layer_orchestration_type_7cf81261,node_agent_mmd_tool_layer_toollayer_types_core_types__6c8319b6,node_agent_mmd_memory_vector_layer_memorylayer_types__83f369fa,node_agent_mmd_orchestration_layer_orchestration_vali_d9fe99e6,node_agent_mmd_tool_layer_toollayer_validator_core_va_6ef6131f,node_agent_mmd_memory_vector_layer_memorylayer_valida_41034356,node_agent_mmd_orchestration_layer_orchestration_init_2a9c3ecb,node_agent_mmd_memory_vector_layer_memorylayer_init_m_333d02c5,node_agent_mmd_orchestration_layer_orchestration_proj_6ab6f60f,node_agent_mmd_memory_vector_layer_memorylayer_projec_3ae304d9,scaffold_diagram_templates_dd88e83c,node_agent_mmd_orchestration_layer_orchestration_scaf_12cc07db,node_agent_mmd_memory_vector_layer_memorylayer_scaffo_5fd73b94,node_agent_mmd_orchestration_layer_orchestration_scaf_c9a90c2f,node_agent_mmd_tool_layer_toollayer_scaffold_environm_c1afc013,node_agent_mmd_memory_vector_layer_memorylayer_scaffo_12b42341,scaffold_root_command_templates_404fed7f,scaffold_script_template_registry_69312d4e,scaffold_shell_templates_0ad0f915,scaffold_surfaces_12d6494e,node_agent_mmd_orchestration_layer_orchestration_scaf_ff8f92f6,node_agent_mmd_memory_vector_layer_memorylayer_scaffo_a86eece1,scaffold_workflow_template_92310587,eval_seed_5699fd3e,index_4_013aa0e3,review_context_1_e3afed15,memory_gate_1_265164ac,branch_enforcer_acb749cd,node_agent_mmd_tool_layer_toollayer_metrics_tracker_m_4c9237d8,node_agent_mmd_memory_vector_layer_memorylayer_metric_12562178,types_10_75e5a4a0,node_agent_mmd_tool_layer_toollayer_validator_validat_96a84a52,node_agent_mmd_memory_vector_layer_memorylayer_valida_1b167f63,node_agent_mmd_orchestration_layer_orchestration_clas_899b821a,node_agent_mmd_memory_vector_layer_memorylayer_classi_1ebbf5ff,node_agent_mmd_orchestration_layer_orchestration_tool_cc43149f,node_agent_mmd_tool_layer_toollayer_tooling_baseline__61e66e9f,node_agent_mmd_memory_vector_layer_memorylayer_toolin_14f86b00,claim_helpers_20dc8387,types_14_fe7507be,local_memory_smoke_1175abfc,local_memory_0db17ecc,performance_overload_c685bfcf,node_agent_mmd_orchestration_layer_orchestration_sugg_85c5ebe3,node_agent_mmd_memory_vector_layer_memorylayer_sugges_267f408d,types_19_eb4ad5f0,overload_guard_2748c559 memNode
+   class node_agent_mmd_llm_model_layer_llmlayer_check_steerin_a7dbbd2f,node_agent_mmd_tool_layer_toollayer_check_steering_fe_84ed22c2,node_agent_mmd_memory_vector_layer_memorylayer_check__d71f8993,normalize_workflow_contracts_8701f1c8,sync_codex_preflight_7e7a8dc2,test_harness_upgrade_matrix_84113c4e,validate_workflow_contracts_33dc063c,branch_protect_core_a8feb0fd,node_agent_mmd_tool_layer_toollayer_ci_migrate_core_c_049f8460,node_agent_mmd_memory_vector_layer_memorylayer_ci_mig_0cd5b1a4,context_health_80bb7da9,node_agent_mmd_llm_model_layer_llmlayer_context_conte_ad2dfbd9,node_agent_mmd_memory_vector_layer_memorylayer_contex_78ceaaa9,docs_gate_core_eb9b6c18,node_agent_mmd_llm_model_layer_llmlayer_index_context_1041bd11,node_agent_mmd_memory_vector_layer_memorylayer_index__6f3402d0,local_memory_preflight_dcc36c42,memory_gate_a577a506,pattern_scope_siblings_43abe000,review_context_ca6cf81d,node_agent_mmd_tool_layer_toollayer_review_gate_core__7704598b,node_agent_mmd_memory_vector_layer_memorylayer_review_5bee9816,node_agent_mmd_llm_model_layer_llmlayer_search_search_66b9a911,node_agent_mmd_memory_vector_layer_memorylayer_search_ac35cb7e,node_agent_mmd_orchestration_layer_orchestration_tool_acfe0c01,node_agent_mmd_memory_vector_layer_memorylayer_toolin_a1185b8f,run_local_memory_preflight_36e92808,branch_protect_sync_570adb18,node_agent_mmd_tool_layer_toollayer_command_capabilit_e97a4615,node_agent_mmd_memory_vector_layer_memorylayer_comman_c72a5d05,node_agent_mmd_orchestration_layer_orchestration_comm_1f8cc24c,node_agent_mmd_llm_model_layer_llmlayer_command_specs_782af9fa,node_agent_mmd_memory_vector_layer_memorylayer_comman_111eb454,local_memory_preflight_command_spec_9e23f3ce,memory_gate_command_spec_dc9001a9,review_gate_command_spec_3187376a,node_agent_mmd_llm_model_layer_llmlayer_constants_con_c9bd3f6c,node_agent_mmd_memory_vector_layer_memorylayer_consta_702d3f46,context_compact_policy_3dcaf95d,node_agent_mmd_llm_model_layer_llmlayer_index_index_1_02e160ff,node_agent_mmd_memory_vector_layer_memorylayer_index__752bc61e,node_agent_mmd_llm_model_layer_llmlayer_indexer_index_4f4deef5,node_agent_mmd_memory_vector_layer_memorylayer_indexe_93e6d86f,init_error_5c7dd49f,lexical_fallback_723e2b3e,node_agent_mmd_llm_model_layer_llmlayer_ollama_ollama_968b23fa,node_agent_mmd_memory_vector_layer_memorylayer_ollama_6d51be16,rollout_a4fa034c,sources_878a52fc,store_824d80d7,node_agent_mmd_llm_model_layer_llmlayer_sync_contract_9f3cc8c1,node_agent_mmd_memory_vector_layer_memorylayer_sync_c_e43418bc,types_4_822d0f88,harness_run_context_ac7c77a9,index_1_faebc14e,json_schema_core_96d7e328,node_agent_mmd_orchestration_layer_orchestration_poli_3270b55d,node_agent_mmd_tool_layer_toollayer_policy_validators_af136abf,node_agent_mmd_memory_vector_layer_memorylayer_policy_1944de42,node_agent_mmd_orchestration_layer_orchestration_type_7cf81261,node_agent_mmd_tool_layer_toollayer_types_core_types__6c8319b6,node_agent_mmd_memory_vector_layer_memorylayer_types__83f369fa,node_agent_mmd_orchestration_layer_orchestration_vali_d9fe99e6,node_agent_mmd_tool_layer_toollayer_validator_core_va_6ef6131f,node_agent_mmd_memory_vector_layer_memorylayer_valida_41034356,node_agent_mmd_orchestration_layer_orchestration_init_2a9c3ecb,node_agent_mmd_memory_vector_layer_memorylayer_init_m_333d02c5,node_agent_mmd_orchestration_layer_orchestration_proj_6ab6f60f,node_agent_mmd_memory_vector_layer_memorylayer_projec_3ae304d9,scaffold_diagram_templates_dd88e83c,node_agent_mmd_orchestration_layer_orchestration_scaf_12cc07db,node_agent_mmd_memory_vector_layer_memorylayer_scaffo_5fd73b94,node_agent_mmd_orchestration_layer_orchestration_scaf_c9a90c2f,node_agent_mmd_tool_layer_toollayer_scaffold_environm_c1afc013,node_agent_mmd_memory_vector_layer_memorylayer_scaffo_12b42341,scaffold_root_command_templates_404fed7f,scaffold_script_template_registry_69312d4e,scaffold_shell_templates_0ad0f915,scaffold_surfaces_12d6494e,node_agent_mmd_orchestration_layer_orchestration_scaf_ff8f92f6,node_agent_mmd_memory_vector_layer_memorylayer_scaffo_a86eece1,scaffold_workflow_template_92310587,eval_seed_5699fd3e,index_4_013aa0e3,review_context_1_e3afed15,memory_gate_1_265164ac,branch_enforcer_acb749cd,cli_args_2_81c58cf7,node_agent_mmd_tool_layer_toollayer_cli_cli_2_1_32d9eeaf,node_agent_mmd_memory_vector_layer_memorylayer_cli_cl_1f1f89ab,node_agent_mmd_tool_layer_toollayer_metrics_tracker_m_4c9237d8,node_agent_mmd_memory_vector_layer_memorylayer_metric_12562178,types_11_4be3ee64,validator_4_5180cf23,node_agent_mmd_orchestration_layer_orchestration_clas_899b821a,node_agent_mmd_memory_vector_layer_memorylayer_classi_1ebbf5ff,node_agent_mmd_orchestration_layer_orchestration_tool_cc43149f,node_agent_mmd_tool_layer_toollayer_tooling_baseline__61e66e9f,node_agent_mmd_memory_vector_layer_memorylayer_toolin_14f86b00,claim_helpers_20dc8387,types_16_0fae1112,local_memory_smoke_1175abfc,local_memory_0db17ecc,performance_overload_c685bfcf,node_agent_mmd_orchestration_layer_orchestration_sugg_85c5ebe3,node_agent_mmd_memory_vector_layer_memorylayer_sugges_267f408d,types_22_f3cf4a73,overload_guard_2748c559 memNode
